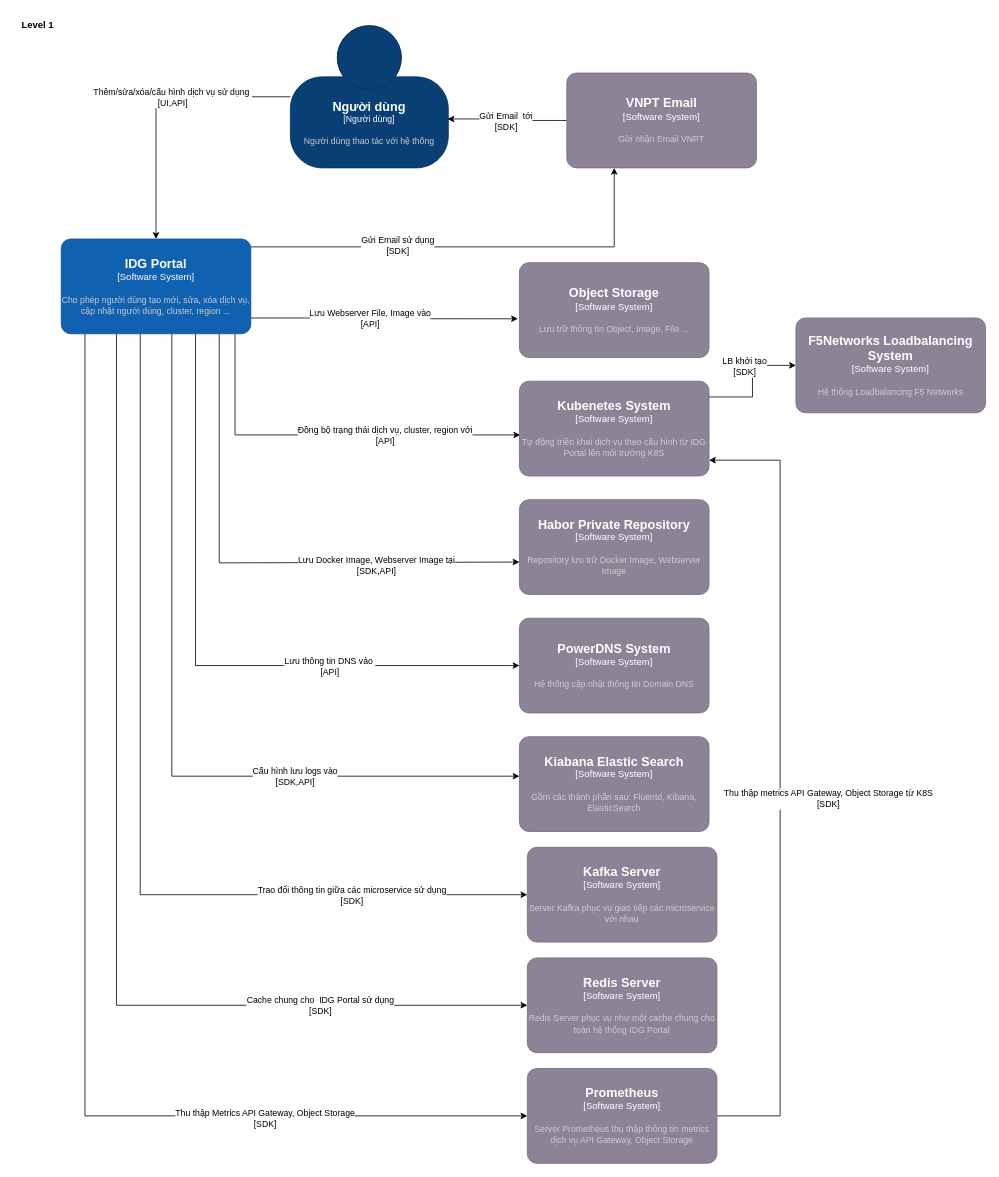
The draw.io diagram IDG-Portal.drawio in dangngocsoncntt/draw.io, before the edit. Source tidied: cells renumbered, new cells numbered last; positions are measured from the earlier drawing's top-left corner, leaving out a move shared by most shapes. Both pictures are drawn from the tidied source at 79%, with x=0, y=0 at pixel (13, 13).
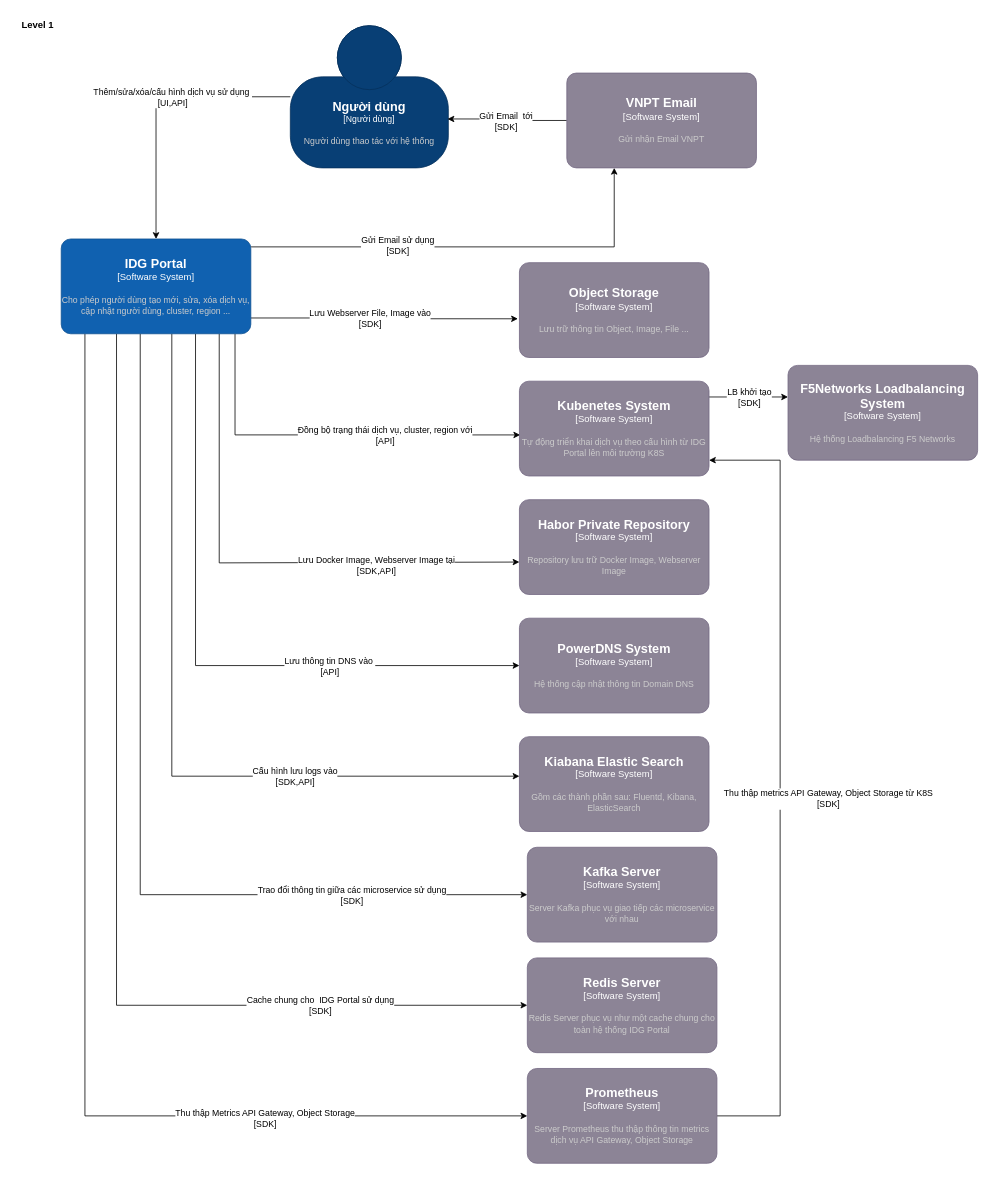
The same page after the edit.

Unchanged cells that the change refers to:
```xml
<mxCell id="7" style="edgeStyle=orthogonalEdgeStyle;rounded=0;jettySize=auto;html=1;entryX=-0.008;entryY=0.592;entryDx=0;entryDy=0;entryPerimeter=0;" parent="1" edge="1" source="23" target="27">
  <mxGeometry relative="1" as="geometry">
    <Array as="points">
      <mxPoint x="520" y="385" />
      <mxPoint x="520" y="386" />
    </Array>
  </mxGeometry>
</mxCell>
<object id="30" label="&lt;font style=&quot;font-size: 16px&quot;&gt;&lt;b&gt;%c4Name%&lt;/b&gt;&lt;/font&gt;&lt;div&gt;[%c4Type%]&lt;/div&gt;&lt;br&gt;&lt;div&gt;&lt;font style=&quot;font-size: 11px&quot;&gt;&lt;font color=&quot;#cccccc&quot;&gt;%c4Description%&lt;/font&gt;&lt;/div&gt;" c4Description="Tự động triển khai dịch vụ theo cấu hình từ IDG Portal lên môi trường K8S" c4Name="Kubenetes System" c4Type="Software System" placeholders="1">
  <mxCell style="rounded=1;whiteSpace=wrap;html=1;labelBackgroundColor=none;fillColor=#8C8496;fontColor=#ffffff;align=center;arcSize=10;strokeColor=#736782;points=[[0.25,0,0],[0.5,0,0],[0.75,0,0],[1,0.25,0],[1,0.5,0],[1,0.75,0],[0.75,1,0],[0.5,1,0],[0.25,1,0],[0,0.75,0],[0,0.5,0],[0,0.25,0]];" parent="1" vertex="1">
    <mxGeometry x="640" y="465" width="240" height="120" as="geometry" />
  </mxCell>
</object>
```

What changed in the source:
```diff
@@
-    <mxCell id="8" value="Lưu Webserver File, Image vào&lt;br&gt;[API]" style="edgeLabel;html=1;align=center;verticalAlign=middle;" parent="7" vertex="1">
+    <mxCell id="8" value="Lưu Webserver File, Image vào&lt;br&gt;[SDK]" style="edgeLabel;html=1;align=center;verticalAlign=middle;" parent="7" vertex="1">
       <mxGeometry x="-0.61" y="-1" relative="1" as="geometry">
         <mxPoint x="84" y="-1" as="offset" />
       </mxGeometry>
     </mxCell>
@@
     <mxCell id="28" style="edgeStyle=orthogonalEdgeStyle;rounded=0;jettySize=auto;html=1;" parent="1" edge="1" source="30" target="33">
       <mxGeometry relative="1" as="geometry">
         <Array as="points">
-          <mxPoint x="935" y="485" />
-          <mxPoint x="935" y="445" />
+          <mxPoint x="970" y="485" />
+          <mxPoint x="970" y="485" />
         </Array>
       </mxGeometry>
     </mxCell>
@@
     <object id="33" label="&lt;font style=&quot;font-size: 16px&quot;&gt;&lt;b&gt;%c4Name%&lt;/b&gt;&lt;/font&gt;&lt;div&gt;[%c4Type%]&lt;/div&gt;&lt;br&gt;&lt;div&gt;&lt;font style=&quot;font-size: 11px&quot;&gt;&lt;font color=&quot;#cccccc&quot;&gt;%c4Description%&lt;/font&gt;&lt;/div&gt;" c4Description="Hệ thống Loadbalancing F5 Networks" c4Name="F5Networks Loadbalancing System" c4Type="Software System" placeholders="1">
       <mxCell style="rounded=1;whiteSpace=wrap;html=1;labelBackgroundColor=none;fillColor=#8C8496;fontColor=#ffffff;align=center;arcSize=10;strokeColor=#736782;points=[[0.25,0,0],[0.5,0,0],[0.75,0,0],[1,0.25,0],[1,0.5,0],[1,0.75,0],[0.75,1,0],[0.5,1,0],[0.25,1,0],[0,0.75,0],[0,0.5,0],[0,0.25,0]];" parent="1" vertex="1">
-        <mxGeometry x="990" y="385" width="240" height="120" as="geometry" />
+        <mxGeometry x="980" y="445" width="240" height="120" as="geometry" />
       </mxCell>
     </object>
```
